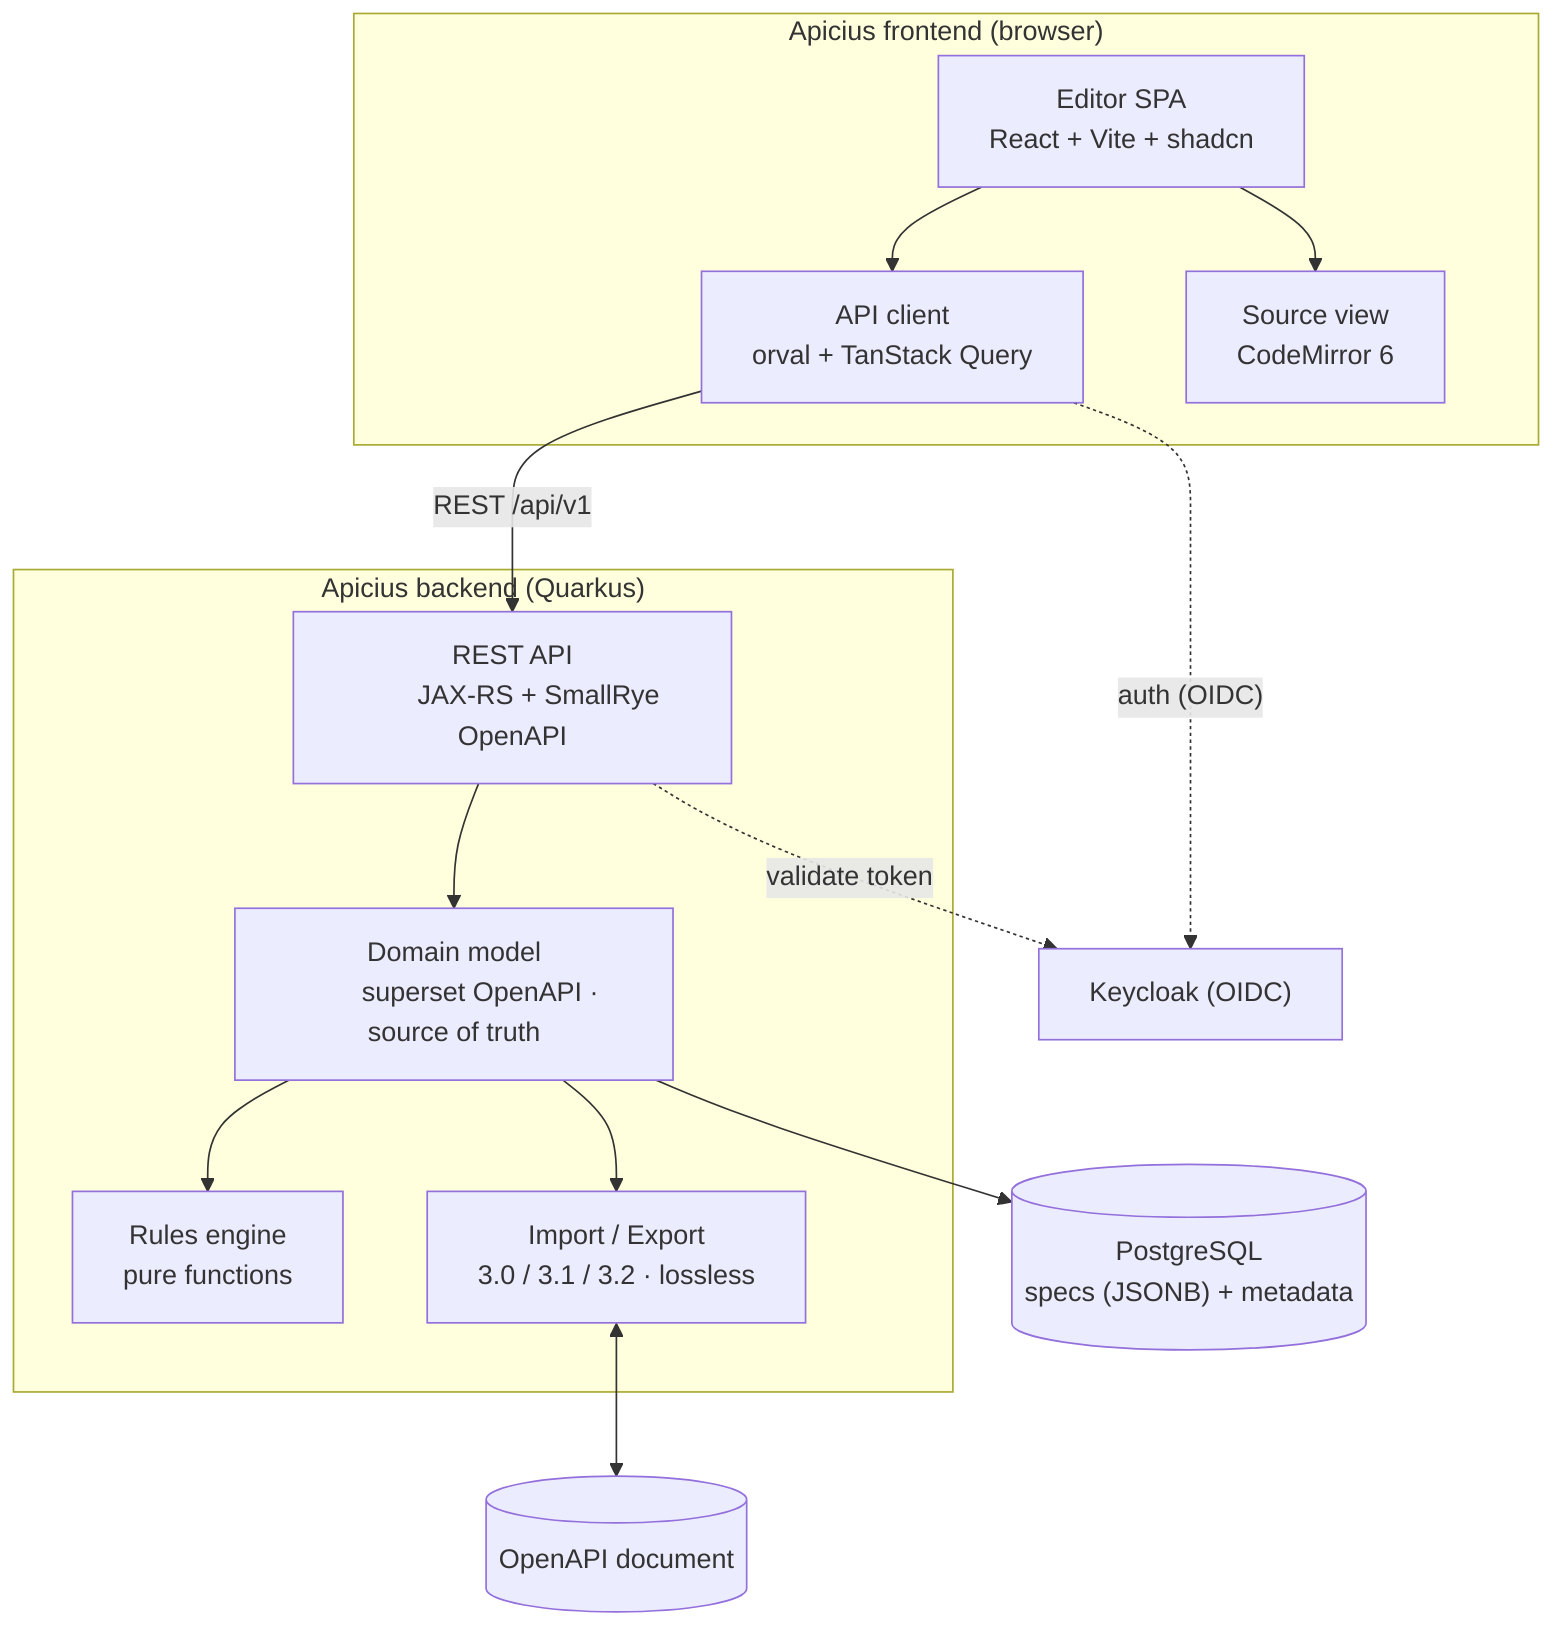
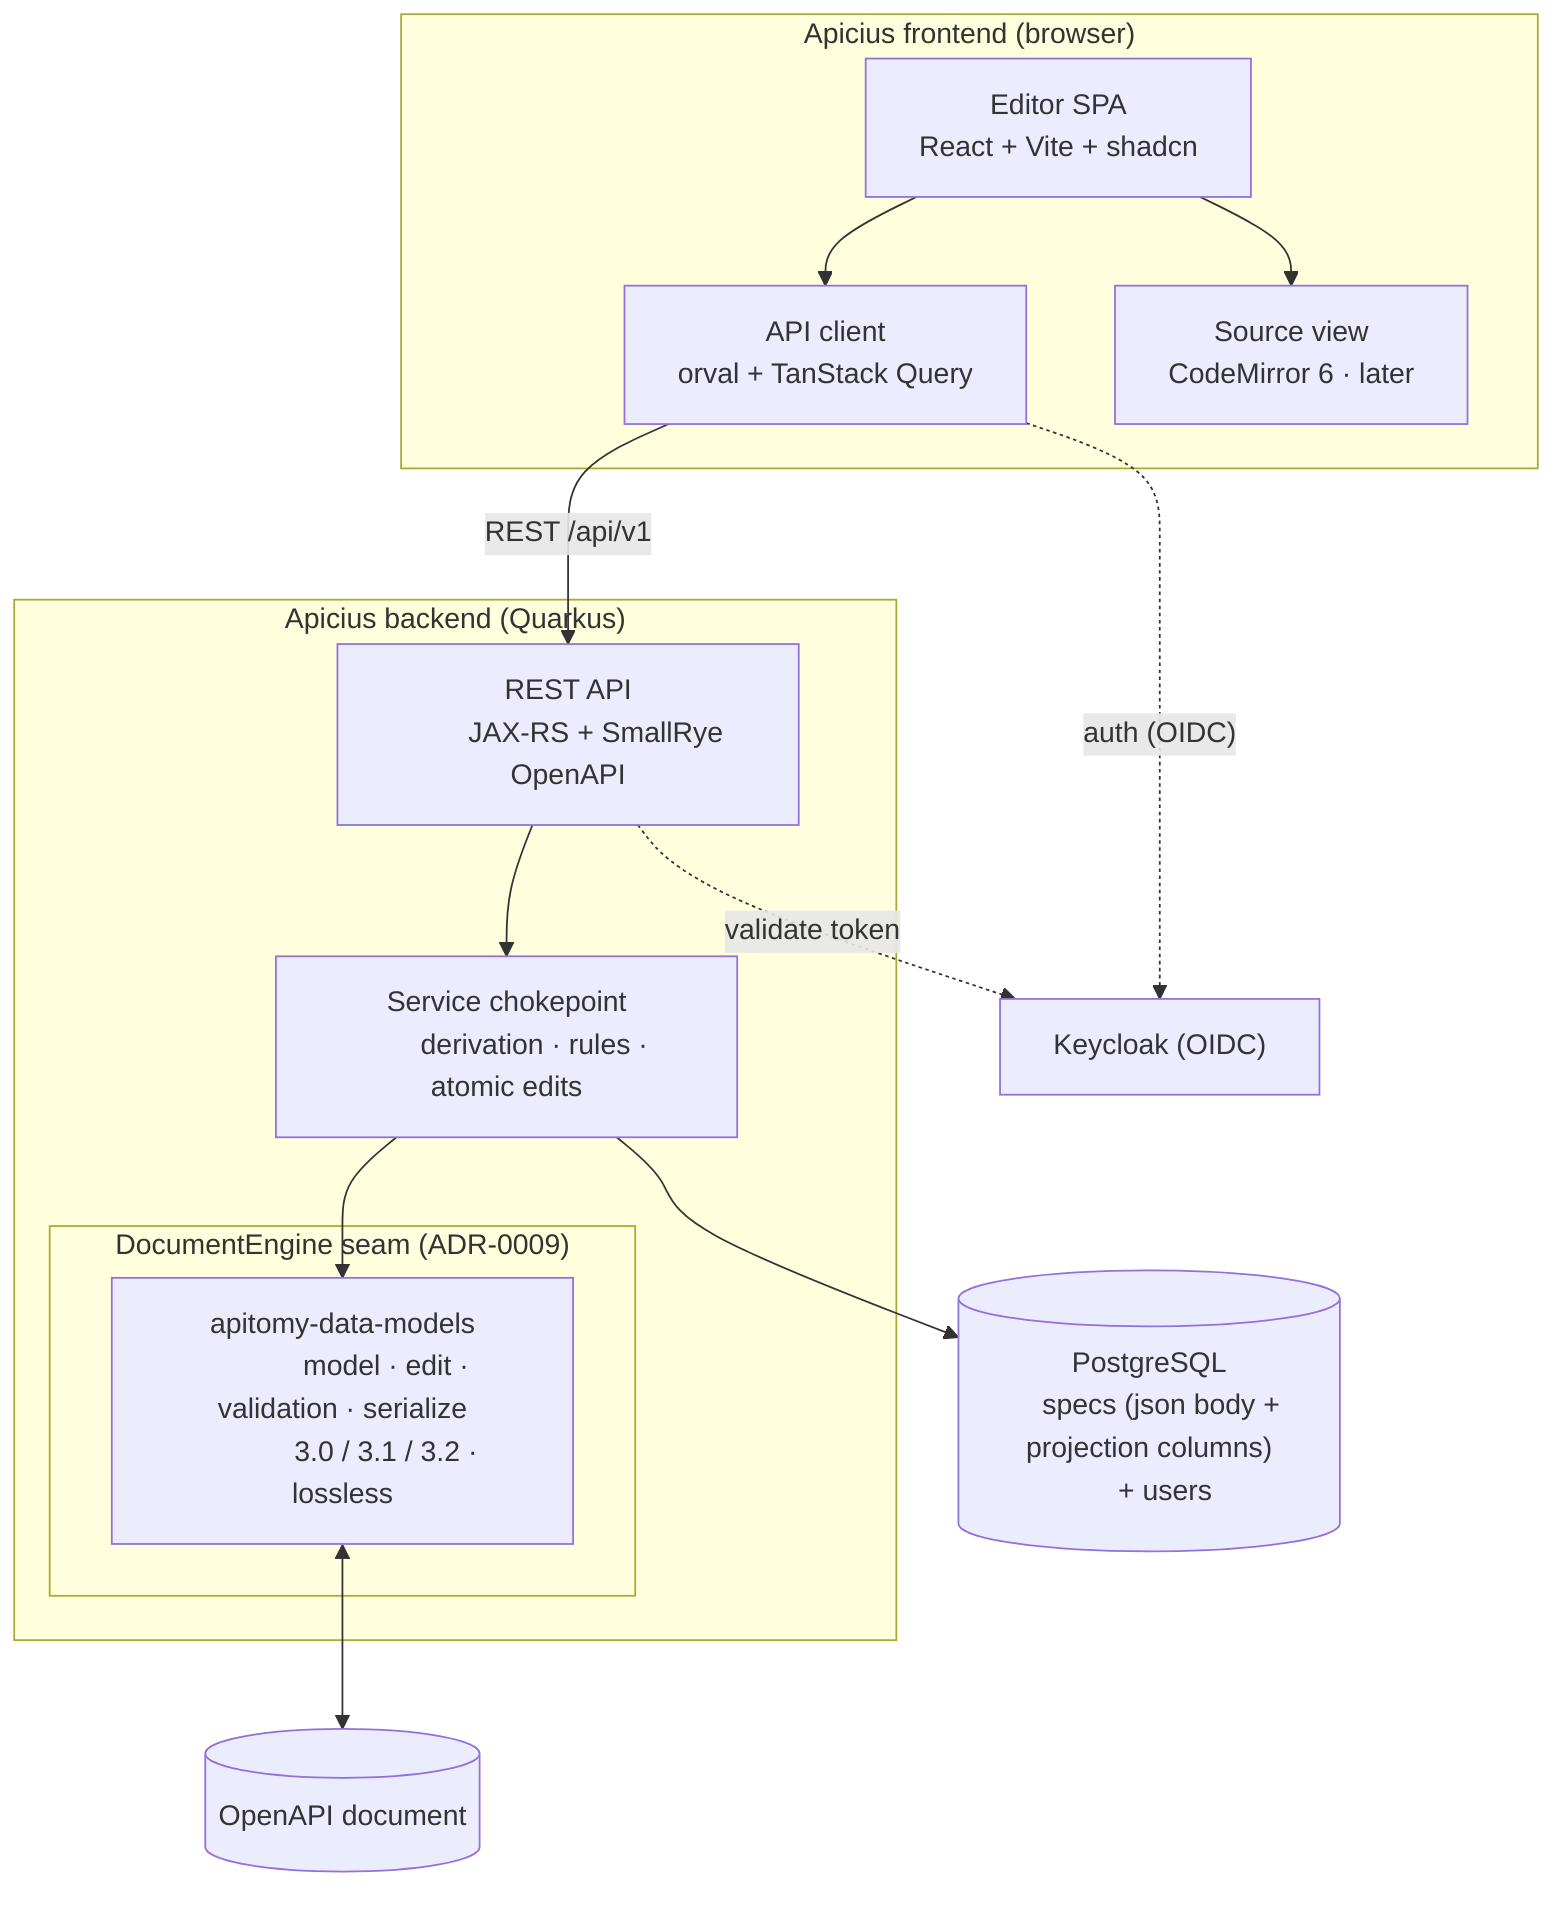
flowchart TB
    subgraph Frontend["Apicius frontend (browser)"]
        ui["Editor SPA
        React + Vite + shadcn"]
        client["API client
        orval + TanStack Query"]
        src["Source view
-         CodeMirror 6"]
+         CodeMirror 6 · later"]
    end
    subgraph Backend["Apicius backend (Quarkus)"]
        api["REST API
        JAX-RS + SmallRye OpenAPI"]
-         model["Domain model
-         superset OpenAPI · source of truth"]
-         rules["Rules engine
-         pure functions"]
-         io["Import / Export
-         3.0 / 3.1 / 3.2 · lossless"]
+         service["Service chokepoint
+         derivation · rules · atomic edits"]
+         subgraph Seam["DocumentEngine seam (ADR-0009)"]
+             engine["apitomy-data-models
+             model · edit · validation · serialize
+             3.0 / 3.1 / 3.2 · lossless"]
+         end
    end
    db[("PostgreSQL
-     specs (JSONB) + metadata")]
+     specs (json body + projection columns)
+     + users")]
    idp["Keycloak (OIDC)"]
    spec[("OpenAPI document")]

    ui --> client
    ui --> src
    client -- "REST /api/v1" --> api
    client -. "auth (OIDC)" .-> idp
    api -. "validate token" .-> idp
-     api --> model
-     model --> rules
-     model --> io
-     io <--> spec
-     model --> db
+     api --> service
+     service --> engine
+     engine <--> spec
+     service --> db
